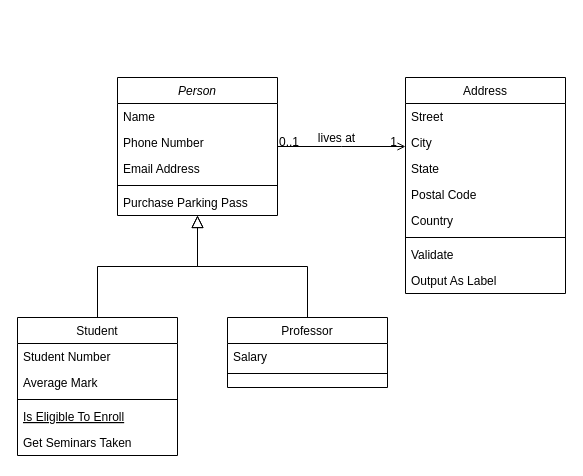
Above: base/Untitled Diagram.drawio in vartananastasia/ii (draw.io), before the change. Source tidied: cells renumbered, new cells numbered last; positions are measured from the earlier drawing's top-left corner, leaving out a move shared by most shapes. Both pictures are drawn from the tidied source at 100%, with x=0, y=0 at pixel (17, 77).
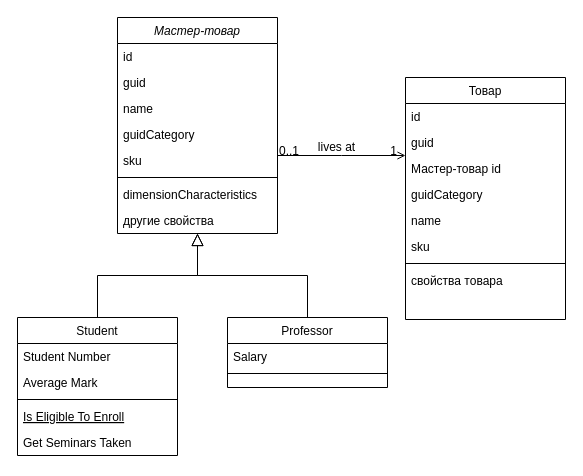
Above is the later version.

Change to the diagram source:
```diff
@@
-    <mxCell id="2" value="Person" style="swimlane;fontStyle=2;align=center;verticalAlign=top;horizontal=1;startSize=26;rounded=0;shadow=0;strokeWidth=1;" parent="1" vertex="1">
-      <mxGeometry x="100" width="160" height="138" as="geometry" />
+    <mxCell id="2" value="Мастер-товар" style="swimlane;fontStyle=2;align=center;verticalAlign=top;horizontal=1;startSize=26;rounded=0;shadow=0;strokeWidth=1;" parent="1" vertex="1">
+      <mxGeometry x="100" y="-60" width="160" height="216" as="geometry" />
     </mxCell>
+    <mxCell id="32" value="id" style="text;align=left;verticalAlign=top;spacingLeft=4;spacingRight=4;overflow=hidden;" parent="2" vertex="1">
+      <mxGeometry y="26" width="160" height="26" as="geometry" />
+    </mxCell>
-    <mxCell id="3" value="Name" style="text;align=left;verticalAlign=top;spacingLeft=4;spacingRight=4;overflow=hidden;" parent="2" vertex="1">
-      <mxGeometry y="26" width="160" height="26" as="geometry" />
+    <mxCell id="3" value="guid" style="text;align=left;verticalAlign=top;spacingLeft=4;spacingRight=4;overflow=hidden;" parent="2" vertex="1">
+      <mxGeometry y="52" width="160" height="26" as="geometry" />
     </mxCell>
-    <mxCell id="4" value="Phone Number" style="text;align=left;verticalAlign=top;spacingLeft=4;spacingRight=4;overflow=hidden;rounded=0;shadow=0;html=0;" parent="2" vertex="1">
-      <mxGeometry y="52" width="160" height="26" as="geometry" />
+    <mxCell id="4" value="name" style="text;align=left;verticalAlign=top;spacingLeft=4;spacingRight=4;overflow=hidden;rounded=0;shadow=0;html=0;" parent="2" vertex="1">
+      <mxGeometry y="78" width="160" height="26" as="geometry" />
     </mxCell>
-    <mxCell id="5" value="Email Address" style="text;align=left;verticalAlign=top;spacingLeft=4;spacingRight=4;overflow=hidden;rounded=0;shadow=0;html=0;" parent="2" vertex="1">
-      <mxGeometry y="78" width="160" height="26" as="geometry" />
+    <mxCell id="5" value="guidCategory" style="text;align=left;verticalAlign=top;spacingLeft=4;spacingRight=4;overflow=hidden;rounded=0;shadow=0;html=0;" parent="2" vertex="1">
+      <mxGeometry y="104" width="160" height="26" as="geometry" />
     </mxCell>
+    <mxCell id="33" value="sku" style="text;align=left;verticalAlign=top;spacingLeft=4;spacingRight=4;overflow=hidden;rounded=0;shadow=0;html=0;" parent="2" vertex="1">
+      <mxGeometry y="130" width="160" height="26" as="geometry" />
+    </mxCell>
     <mxCell id="6" style="line;html=1;strokeWidth=1;align=left;verticalAlign=middle;spacingTop=-1;spacingLeft=3;spacingRight=3;labelPosition=right;" parent="2" vertex="1">
-      <mxGeometry y="104" width="160" height="8" as="geometry" />
+      <mxGeometry y="156" width="160" height="8" as="geometry" />
     </mxCell>
-    <mxCell id="7" value="Purchase Parking Pass" style="text;align=left;verticalAlign=top;spacingLeft=4;spacingRight=4;overflow=hidden;" parent="2" vertex="1">
-      <mxGeometry y="112" width="160" height="26" as="geometry" />
+    <mxCell id="7" value="dimensionCharacteristics" style="text;align=left;verticalAlign=top;spacingLeft=4;spacingRight=4;overflow=hidden;" parent="2" vertex="1">
+      <mxGeometry y="164" width="160" height="26" as="geometry" />
     </mxCell>
+    <mxCell id="34" value="другие свойства" style="text;align=left;verticalAlign=top;spacingLeft=4;spacingRight=4;overflow=hidden;" parent="2" vertex="1">
+      <mxGeometry y="190" width="160" height="26" as="geometry" />
+    </mxCell>
@@
-    <mxCell id="19" value="Address" style="swimlane;fontStyle=0;align=center;verticalAlign=top;horizontal=1;startSize=26;rounded=0;shadow=0;strokeWidth=1;" parent="1" vertex="1">
-      <mxGeometry x="388" width="160" height="216" as="geometry" />
+    <mxCell id="19" value="Товар" style="swimlane;fontStyle=0;align=center;verticalAlign=top;horizontal=1;startSize=26;rounded=0;shadow=0;strokeWidth=1;" parent="1" vertex="1">
+      <mxGeometry x="388" width="160" height="242" as="geometry" />
     </mxCell>
-    <mxCell id="20" value="Street" style="text;align=left;verticalAlign=top;spacingLeft=4;spacingRight=4;overflow=hidden;" parent="19" vertex="1">
+    <mxCell id="20" value="id" style="text;align=left;verticalAlign=top;spacingLeft=4;spacingRight=4;overflow=hidden;" parent="19" vertex="1">
       <mxGeometry y="26" width="160" height="26" as="geometry" />
     </mxCell>
-    <mxCell id="21" value="City" style="text;align=left;verticalAlign=top;spacingLeft=4;spacingRight=4;overflow=hidden;rounded=0;shadow=0;html=0;" parent="19" vertex="1">
+    <mxCell id="21" value="guid" style="text;align=left;verticalAlign=top;spacingLeft=4;spacingRight=4;overflow=hidden;rounded=0;shadow=0;html=0;" parent="19" vertex="1">
       <mxGeometry y="52" width="160" height="26" as="geometry" />
     </mxCell>
-    <mxCell id="22" value="State" style="text;align=left;verticalAlign=top;spacingLeft=4;spacingRight=4;overflow=hidden;rounded=0;shadow=0;html=0;" parent="19" vertex="1">
+    <mxCell id="22" value="Мастер-товар id" style="text;align=left;verticalAlign=top;spacingLeft=4;spacingRight=4;overflow=hidden;rounded=0;shadow=0;html=0;" parent="19" vertex="1">
       <mxGeometry y="78" width="160" height="26" as="geometry" />
     </mxCell>
-    <mxCell id="23" value="Postal Code" style="text;align=left;verticalAlign=top;spacingLeft=4;spacingRight=4;overflow=hidden;rounded=0;shadow=0;html=0;" parent="19" vertex="1">
+    <mxCell id="23" value="guidCategory" style="text;align=left;verticalAlign=top;spacingLeft=4;spacingRight=4;overflow=hidden;rounded=0;shadow=0;html=0;" parent="19" vertex="1">
       <mxGeometry y="104" width="160" height="26" as="geometry" />
     </mxCell>
-    <mxCell id="24" value="Country" style="text;align=left;verticalAlign=top;spacingLeft=4;spacingRight=4;overflow=hidden;rounded=0;shadow=0;html=0;" parent="19" vertex="1">
+    <mxCell id="24" value="name" style="text;align=left;verticalAlign=top;spacingLeft=4;spacingRight=4;overflow=hidden;rounded=0;shadow=0;html=0;" parent="19" vertex="1">
       <mxGeometry y="130" width="160" height="26" as="geometry" />
     </mxCell>
+    <mxCell id="35" value="sku" style="text;align=left;verticalAlign=top;spacingLeft=4;spacingRight=4;overflow=hidden;rounded=0;shadow=0;html=0;" parent="19" vertex="1">
+      <mxGeometry y="156" width="160" height="26" as="geometry" />
+    </mxCell>
     <mxCell id="25" style="line;html=1;strokeWidth=1;align=left;verticalAlign=middle;spacingTop=-1;spacingLeft=3;spacingRight=3;labelPosition=right;" parent="19" vertex="1">
-      <mxGeometry y="156" width="160" height="8" as="geometry" />
+      <mxGeometry y="182" width="160" height="8" as="geometry" />
     </mxCell>
-    <mxCell id="26" value="Validate" style="text;align=left;verticalAlign=top;spacingLeft=4;spacingRight=4;overflow=hidden;" parent="19" vertex="1">
-      <mxGeometry y="164" width="160" height="26" as="geometry" />
+    <mxCell id="26" value="свойства товара" style="text;align=left;verticalAlign=top;spacingLeft=4;spacingRight=4;overflow=hidden;" parent="19" vertex="1">
+      <mxGeometry y="190" width="160" height="26" as="geometry" />
     </mxCell>
-    <mxCell id="27" value="Output As Label" style="text;align=left;verticalAlign=top;spacingLeft=4;spacingRight=4;overflow=hidden;" parent="19" vertex="1">
-      <mxGeometry y="190" width="160" height="26" as="geometry" />
-    </mxCell>
```
